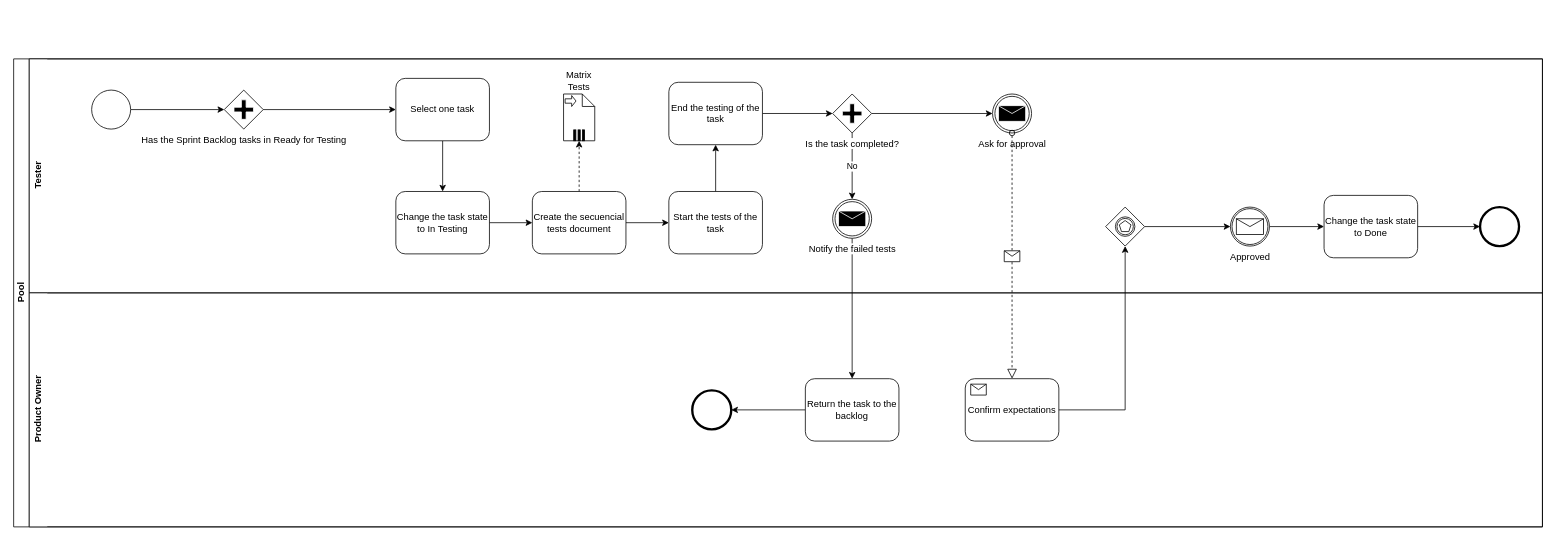
The draw.io diagram combiq/TestingWorkBPM.drawio in m1guel/diagrams, before the edit. Source tidied: cells renumbered, new cells numbered last; positions are measured from the earlier drawing's top-left corner, leaving out a move shared by most shapes. Both pictures are drawn from the tidied source at 78%, with x=0, y=0 at pixel (13, 58).
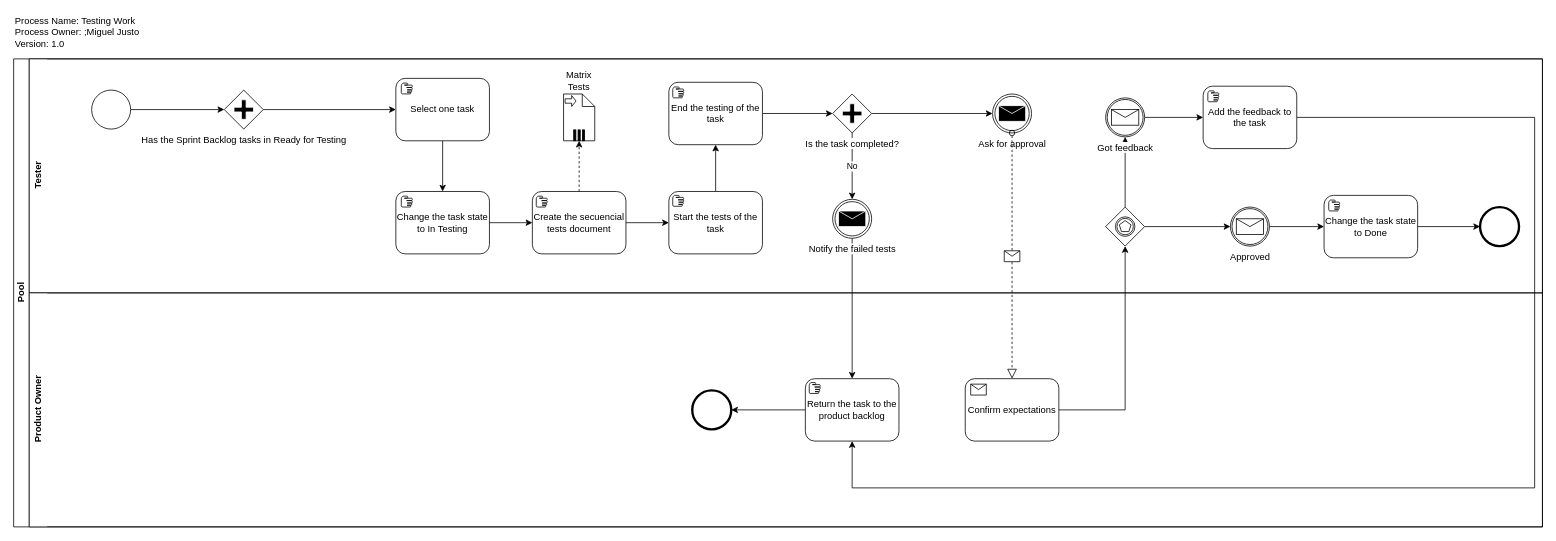
The same page after the edit.

Unchanged cells that the change refers to:
```xml
<mxCell id="3" value="Tester" style="swimlane;html=1;horizontal=0;swimlaneLine=0;" parent="2" vertex="1">
  <mxGeometry x="20" width="1940" height="300" as="geometry" />
</mxCell>
<mxCell id="10" value="Product Owner" style="swimlane;html=1;horizontal=0;swimlaneLine=0;" parent="3" vertex="1">
  <mxGeometry y="300" width="1940" height="300" as="geometry" />
</mxCell>
<mxCell id="37" style="shape=mxgraph.bpmn.shape;html=1;verticalLabelPosition=bottom;labelBackgroundColor=#ffffff;verticalAlign=top;align=center;perimeter=rhombusPerimeter;background=gateway;outlineConnect=0;outline=catching;symbol=multiple;" parent="3" vertex="1">
  <mxGeometry x="1380" y="190" width="50" height="50" as="geometry" />
</mxCell>
```

What changed in the source:
```diff
@@
-    <mxCell id="12" value="Return the task to the backlog" style="shape=ext;rounded=1;html=1;whiteSpace=wrap;" parent="10" vertex="1">
+    <mxCell id="12" value="Return the task to the product backlog" style="shape=ext;rounded=1;html=1;whiteSpace=wrap;" parent="10" vertex="1">
       <mxGeometry x="995" y="110" width="120" height="80" as="geometry" />
     </mxCell>
@@
+    <mxCell id="44" style="shape=mxgraph.bpmn.manual_task;html=1;" parent="10" vertex="1">
+      <mxGeometry x="1000" y="115" width="14" height="14" as="geometry" />
+    </mxCell>
@@
+    <mxCell id="45" style="edgeStyle=orthogonalEdgeStyle;rounded=0;jettySize=auto;html=1;exitX=0.5;exitY=0;exitDx=0;exitDy=0;" parent="3" edge="1" source="37" target="47">
+      <mxGeometry relative="1" as="geometry" />
+    </mxCell>
@@
+    <mxCell id="46" style="edgeStyle=orthogonalEdgeStyle;rounded=0;jettySize=auto;html=1;exitX=1;exitY=0.5;exitDx=0;exitDy=0;entryX=0;entryY=0.5;entryDx=0;entryDy=0;" parent="3" edge="1" source="47" target="49">
+      <mxGeometry relative="1" as="geometry" />
+    </mxCell>
+    <mxCell id="47" value="Got feedback" style="shape=mxgraph.bpmn.shape;html=1;verticalLabelPosition=bottom;labelBackgroundColor=#ffffff;verticalAlign=top;align=center;perimeter=ellipsePerimeter;outlineConnect=0;outline=boundInt;symbol=message;" parent="3" vertex="1">
+      <mxGeometry x="1380" y="50" width="50" height="50" as="geometry" />
+    </mxCell>
+    <mxCell id="48" style="edgeStyle=orthogonalEdgeStyle;rounded=0;jettySize=auto;html=1;exitX=1;exitY=0.5;exitDx=0;exitDy=0;entryX=0.5;entryY=1;entryDx=0;entryDy=0;" parent="3" edge="1" source="49" target="12">
+      <mxGeometry relative="1" as="geometry">
+        <Array as="points">
+          <mxPoint x="1930" y="75" />
+          <mxPoint x="1930" y="550" />
+          <mxPoint x="1055" y="550" />
+        </Array>
+      </mxGeometry>
+    </mxCell>
+    <mxCell id="49" value="Add the feedback to the task" style="shape=ext;rounded=1;html=1;whiteSpace=wrap;" parent="3" vertex="1">
+      <mxGeometry x="1505" y="35" width="120" height="80" as="geometry" />
+    </mxCell>
+    <mxCell id="50" style="shape=mxgraph.bpmn.manual_task;html=1;" parent="3" vertex="1">
+      <mxGeometry x="477" y="31" width="14" height="14" as="geometry" />
+    </mxCell>
+    <mxCell id="51" style="shape=mxgraph.bpmn.manual_task;html=1;" parent="3" vertex="1">
+      <mxGeometry x="477" y="176" width="14" height="14" as="geometry" />
+    </mxCell>
+    <mxCell id="52" style="shape=mxgraph.bpmn.manual_task;html=1;" parent="3" vertex="1">
+      <mxGeometry x="650" y="176" width="14" height="14" as="geometry" />
+    </mxCell>
+    <mxCell id="53" style="shape=mxgraph.bpmn.manual_task;html=1;" parent="3" vertex="1">
+      <mxGeometry x="825" y="36" width="14" height="14" as="geometry" />
+    </mxCell>
+    <mxCell id="54" style="shape=mxgraph.bpmn.manual_task;html=1;" parent="3" vertex="1">
+      <mxGeometry x="825" y="175" width="14" height="14" as="geometry" />
+    </mxCell>
+    <mxCell id="55" style="shape=mxgraph.bpmn.manual_task;html=1;" parent="3" vertex="1">
+      <mxGeometry x="1511" y="41" width="14" height="14" as="geometry" />
+    </mxCell>
+    <mxCell id="56" style="shape=mxgraph.bpmn.manual_task;html=1;" parent="3" vertex="1">
+      <mxGeometry x="1666" y="181" width="14" height="14" as="geometry" />
+    </mxCell>
+    <mxCell id="57" value="Process Name: Testing Work&lt;br&gt;Process Owner: ;Miguel Justo&lt;br&gt;Version: 1.0&lt;br&gt;" style="text;html=1;align=left;verticalAlign=top;spacingTop=-4;" parent="1" vertex="1">
+      <mxGeometry y="-58" width="170" height="40" as="geometry" />
+    </mxCell>
```
